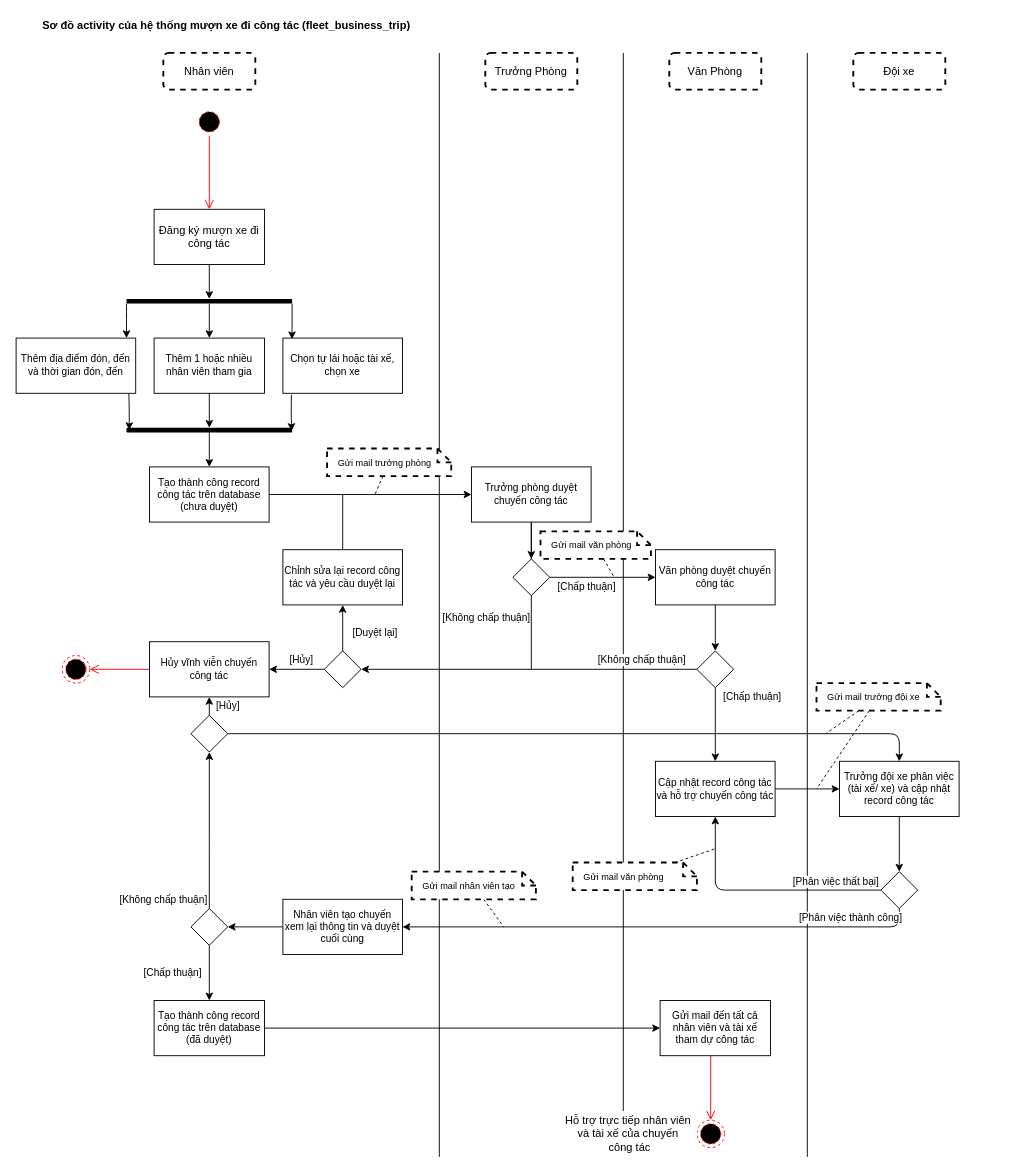
Earlier version of the draw.io diagram uml-diargrams/uml_activity_fleet_business_trip.drawio (NgoHuuNghia/odoo15-digitalocean). Source tidied: cells renumbered, new cells numbered last; positions are measured from the earlier drawing's top-left corner, leaving out a move shared by most shapes. Both pictures are drawn from the tidied source at 92%, with x=0, y=0 at pixel (16, 16).
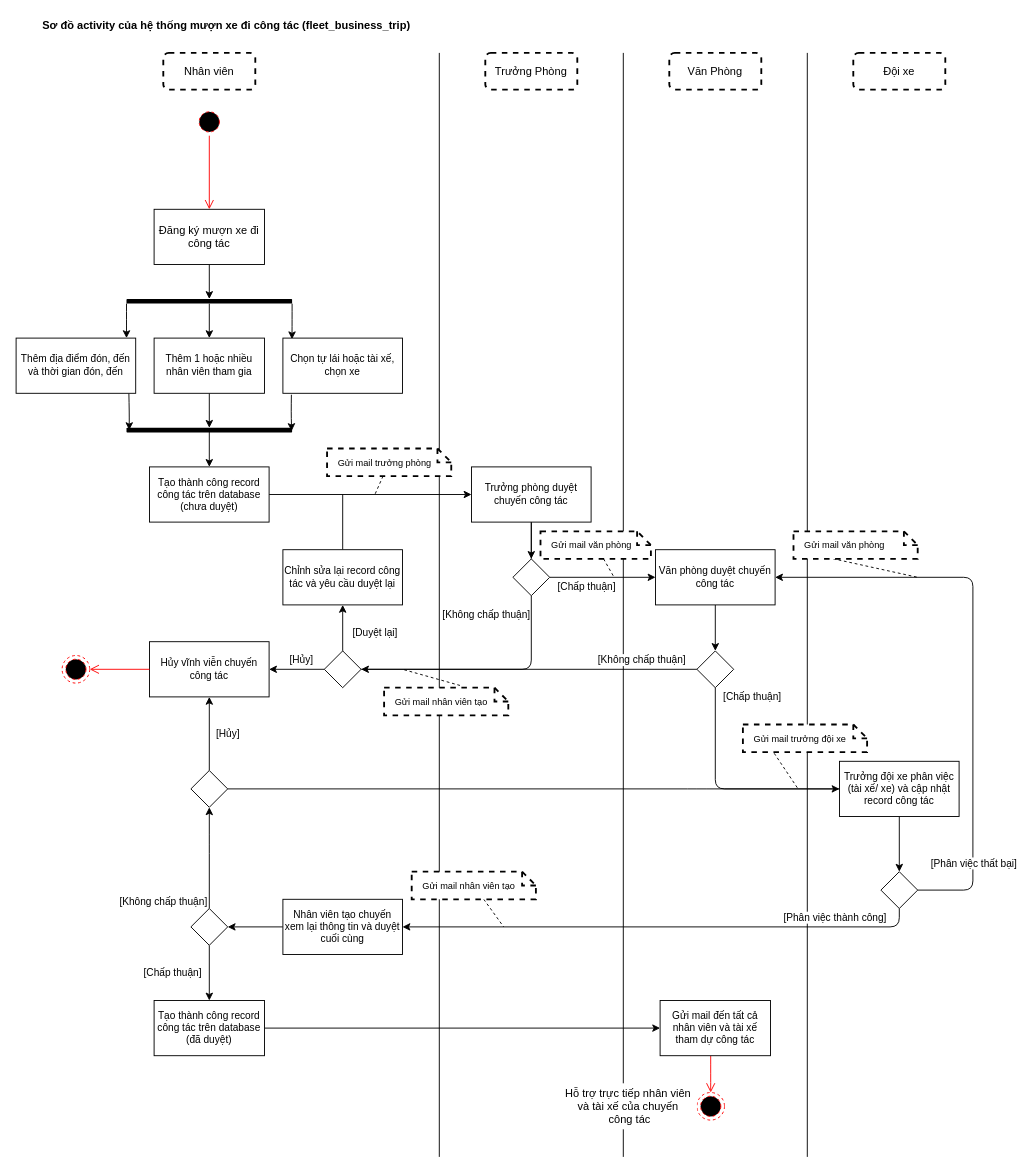
After the change.

The change refers to these unchanged cells:
```xml
<mxCell id="31" style="rhombus;whiteSpace=wrap;html=1;" parent="1" vertex="1">
  <mxGeometry x="540" y="590" width="40" height="40" as="geometry" />
</mxCell>
<mxCell id="35" value="Văn phòng duyệt chuyến công tác" style="whiteSpace=wrap;html=1;rounded=0;fontSize=11;" parent="1" vertex="1">
  <mxGeometry x="695" y="580" width="130" height="60" as="geometry" />
</mxCell>
<mxCell id="38" style="rhombus;whiteSpace=wrap;html=1;" parent="1" vertex="1">
  <mxGeometry x="740" y="690" width="40" height="40" as="geometry" />
</mxCell>
<mxCell id="42" value="Trưởng đội xe phân việc (tài xế/ xe) và cập nhật record công tác" style="whiteSpace=wrap;html=1;rounded=0;fontSize=11;" parent="1" vertex="1">
  <mxGeometry x="895" y="810" width="130" height="60" as="geometry" />
</mxCell>
<mxCell id="46" style="rhombus;whiteSpace=wrap;html=1;" parent="1" vertex="1">
  <mxGeometry x="335" y="690" width="40" height="40" as="geometry" />
</mxCell>
<mxCell id="50" style="rhombus;whiteSpace=wrap;html=1;" parent="1" vertex="1">
  <mxGeometry x="940" y="930" width="40" height="40" as="geometry" />
</mxCell>
<mxCell id="52" value="Nhân viên tạo chuyến xem lại thông tin và duyệt cuối cùng" style="whiteSpace=wrap;html=1;rounded=0;fontSize=11;" parent="1" vertex="1">
  <mxGeometry x="290" y="960" width="130" height="60" as="geometry" />
</mxCell>
```

What changed in the source:
```diff
@@
-    <mxCell id="29" style="edgeStyle=none;html=1;endArrow=none;endFill=0;" parent="1" edge="1" source="31">
+    <mxCell id="29" style="edgeStyle=none;html=1;endArrow=none;endFill=0;" parent="1" edge="1" source="31" target="46">
       <mxGeometry relative="1" as="geometry">
-        <mxPoint x="560" y="710" as="targetPoint" />
+        <Array as="points">
+          <mxPoint x="560" y="710" />
+        </Array>
       </mxGeometry>
     </mxCell>
     <mxCell id="30" value="[Không chấp thuận]" style="edgeLabel;html=1;align=center;verticalAlign=middle;" parent="29" vertex="1">
       <mxGeometry x="-0.19" y="-1" relative="1" as="geometry">
-        <mxPoint x="-49" y="-9" as="offset" />
+        <mxPoint x="-23" y="-59" as="offset" />
       </mxGeometry>
     </mxCell>
@@
-    <mxCell id="36" value="[Chấp thuận]" style="edgeStyle=none;html=1;endArrow=classic;endFill=1;exitX=0.5;exitY=1;exitDx=0;exitDy=0;entryX=0.5;entryY=0;entryDx=0;entryDy=0;" parent="1" edge="1" source="38" target="40">
-      <mxGeometry x="-0.75" y="40" relative="1" as="geometry" />
+    <mxCell id="36" value="[Chấp thuận]" style="edgeStyle=none;html=1;endArrow=none;endFill=0;exitX=0.5;exitY=1;exitDx=0;exitDy=0;" parent="1" edge="1" source="38" target="42">
+      <mxGeometry x="-0.92" y="40" relative="1" as="geometry">
+        <Array as="points">
+          <mxPoint x="760" y="840" />
+        </Array>
+      </mxGeometry>
     </mxCell>
@@
-    <mxCell id="39" style="edgeStyle=none;html=1;entryX=0;entryY=0.5;entryDx=0;entryDy=0;endArrow=classic;endFill=1;" parent="1" edge="1" source="40" target="42">
-      <mxGeometry relative="1" as="geometry" />
-    </mxCell>
-    <mxCell id="40" value="Cập nhật record công tác và hỗ trợ chuyến công tác" style="whiteSpace=wrap;html=1;rounded=0;fontSize=11;" parent="1" vertex="1">
-      <mxGeometry x="695" y="810" width="130" height="60" as="geometry" />
-    </mxCell>
@@
-    <mxCell id="47" style="edgeStyle=none;html=1;entryX=0.5;entryY=1;entryDx=0;entryDy=0;endArrow=classic;endFill=1;" parent="1" edge="1" source="50" target="40">
+    <mxCell id="47" style="edgeStyle=none;html=1;endArrow=classic;endFill=1;" parent="1" edge="1" source="50" target="35">
       <mxGeometry relative="1" as="geometry">
         <Array as="points">
-          <mxPoint x="760" y="950" />
+          <mxPoint x="1040" y="950" />
+          <mxPoint x="1040" y="610" />
         </Array>
       </mxGeometry>
     </mxCell>
     <mxCell id="48" value="[Phân việc thất bại]" style="edgeLabel;html=1;align=center;verticalAlign=middle;" parent="47" vertex="1">
       <mxGeometry x="-0.73" y="-1" relative="1" as="geometry">
-        <mxPoint x="-15" y="-9" as="offset" />
+        <mxPoint x="-1" y="-7" as="offset" />
       </mxGeometry>
     </mxCell>
     <mxCell id="49" value="[Phân việc thành công]" style="edgeStyle=none;html=1;entryX=1;entryY=0.5;entryDx=0;entryDy=0;endArrow=classic;endFill=1;" parent="1" edge="1" source="50" target="52">
-      <mxGeometry x="-0.74" y="-10" relative="1" as="geometry">
+      <mxGeometry x="-0.68" y="-10" relative="1" as="geometry">
         <Array as="points">
           <mxPoint x="960" y="990" />
         </Array>
       </mxGeometry>
     </mxCell>
@@
     <mxCell id="59" style="ellipse;html=1;shape=endState;fillColor=#000000;strokeColor=#ff0000;dashed=1;" parent="1" vertex="1">
-      <mxGeometry x="740" y="1200" width="30" height="30" as="geometry" />
+      <mxGeometry x="740" y="1170" width="30" height="30" as="geometry" />
     </mxCell>
     <mxCell id="60" value="&lt;span&gt;Hỗ trợ trực tiếp nhân viên &lt;br&gt;và tài xế của chuyến&lt;br&gt;&amp;nbsp;công tác&lt;/span&gt;" style="text;html=1;align=center;verticalAlign=middle;strokeColor=none;fillColor=default;" parent="1" vertex="1">
-      <mxGeometry x="590" y="1190" width="150" height="50" as="geometry" />
+      <mxGeometry x="590" y="1160" width="150" height="50" as="geometry" />
     </mxCell>
@@
-    <mxCell id="70" style="edgeStyle=none;html=1;dashed=1;fontSize=10;fontColor=default;startArrow=none;startFill=0;endArrow=none;endFill=0;" parent="1" edge="1" source="77">
+    <mxCell id="70" style="edgeStyle=none;html=1;dashed=1;fontSize=10;fontColor=default;startArrow=none;startFill=0;endArrow=none;endFill=0;exitX=0.252;exitY=1.043;exitDx=0;exitDy=0;exitPerimeter=0;" parent="1" edge="1" source="77">
       <mxGeometry relative="1" as="geometry">
-        <mxPoint x="870" y="840" as="targetPoint" />
+        <mxPoint x="850" y="840" as="targetPoint" />
       </mxGeometry>
     </mxCell>
-    <mxCell id="71" style="edgeStyle=none;html=1;dashed=1;fontSize=10;fontColor=default;startArrow=none;startFill=0;endArrow=none;endFill=0;" parent="1" edge="1" source="72">
+    <mxCell id="71" style="edgeStyle=none;html=1;dashed=1;fontSize=10;fontColor=default;startArrow=none;startFill=0;endArrow=none;endFill=0;exitX=0.319;exitY=0.994;exitDx=0;exitDy=0;exitPerimeter=0;" parent="1" edge="1" source="72">
       <mxGeometry relative="1" as="geometry">
-        <mxPoint x="760" y="905" as="targetPoint" />
+        <mxPoint x="980" y="610" as="targetPoint" />
       </mxGeometry>
     </mxCell>
     <mxCell id="72" value="Gửi mail văn phòng" style="shape=note;size=15;align=left;spacingLeft=10;html=1;whiteSpace=wrap;rounded=0;dashed=1;labelBackgroundColor=none;fontSize=10;fontColor=default;strokeWidth=2;" parent="1" vertex="1">
-      <mxGeometry x="605" y="920" width="135" height="30" as="geometry" />
+      <mxGeometry x="845" y="560" width="135" height="30" as="geometry" />
     </mxCell>
@@
-    <mxCell id="76" style="edgeStyle=none;html=1;fontSize=10;fontColor=default;startArrow=none;startFill=0;endArrow=none;endFill=0;dashed=1;" parent="1" edge="1" source="77">
-      <mxGeometry relative="1" as="geometry">
-        <mxPoint x="880" y="780" as="targetPoint" />
-      </mxGeometry>
-    </mxCell>
     <mxCell id="77" value="Gửi mail trưởng đội xe" style="shape=note;size=15;align=left;spacingLeft=10;html=1;whiteSpace=wrap;rounded=0;dashed=1;labelBackgroundColor=none;fontSize=10;fontColor=default;strokeWidth=2;" parent="1" vertex="1">
-      <mxGeometry x="870" y="725" width="135" height="30" as="geometry" />
+      <mxGeometry x="790" y="770" width="135" height="30" as="geometry" />
     </mxCell>
-    <mxCell id="78" style="edgeStyle=none;html=1;fontSize=10;fontColor=default;startArrow=none;startFill=0;endArrow=classic;endFill=1;entryX=0.5;entryY=0;entryDx=0;entryDy=0;" parent="1" edge="1" source="80" target="42">
+    <mxCell id="78" style="edgeStyle=none;html=1;fontSize=10;fontColor=default;startArrow=none;startFill=0;endArrow=classic;endFill=1;" parent="1" edge="1" source="80" target="42">
       <mxGeometry relative="1" as="geometry">
         <Array as="points">
-          <mxPoint x="960" y="780" />
+          <mxPoint x="740" y="840" />
         </Array>
       </mxGeometry>
     </mxCell>
@@
     <mxCell id="80" style="rhombus;whiteSpace=wrap;html=1;" parent="1" vertex="1">
-      <mxGeometry x="190" y="760" width="40" height="40" as="geometry" />
+      <mxGeometry x="190" y="820" width="40" height="40" as="geometry" />
     </mxCell>
+    <mxCell id="81" style="edgeStyle=none;html=1;exitX=0.611;exitY=-0.081;exitDx=0;exitDy=0;exitPerimeter=0;endArrow=none;endFill=0;dashed=1;" parent="1" edge="1" source="82">
+      <mxGeometry relative="1" as="geometry">
+        <mxPoint x="420" y="710" as="targetPoint" />
+      </mxGeometry>
+    </mxCell>
+    <mxCell id="82" value="Gửi mail nhân viên tạo" style="shape=note;size=15;align=left;spacingLeft=10;html=1;whiteSpace=wrap;rounded=0;dashed=1;labelBackgroundColor=none;fontSize=10;fontColor=default;strokeWidth=2;" parent="1" vertex="1">
+      <mxGeometry x="400" y="730" width="135" height="30" as="geometry" />
+    </mxCell>
```
